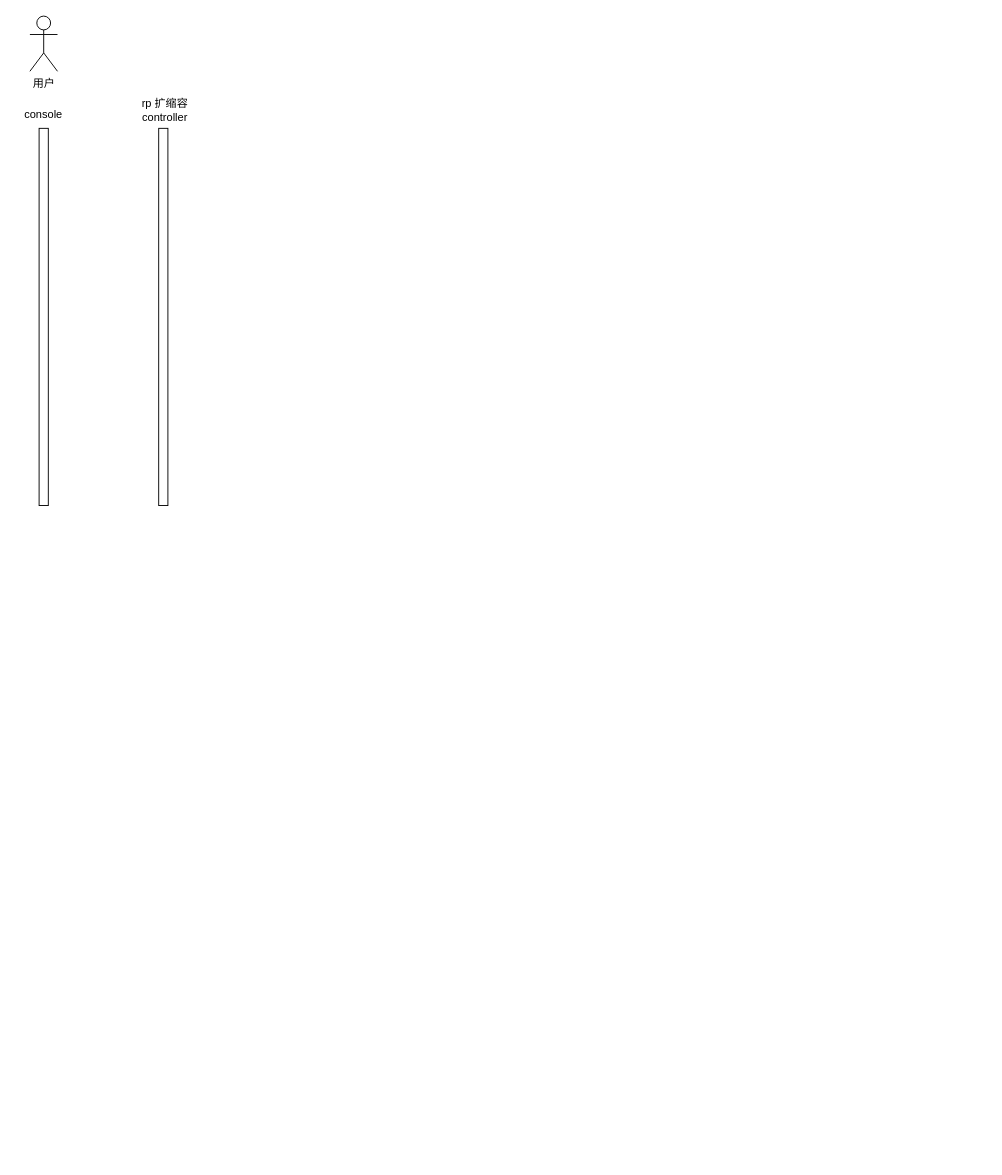
This is 定时扩缩容流程图.drawio from wangshujuan/PostImage, a draw.io file, before an edit. Source tidied: cells renumbered, new cells numbered last; positions are measured from the earlier drawing's top-left corner, leaving out a move shared by most shapes. Both pictures are drawn from the tidied source at 92%, with x=0, y=0 at pixel (16, 16).
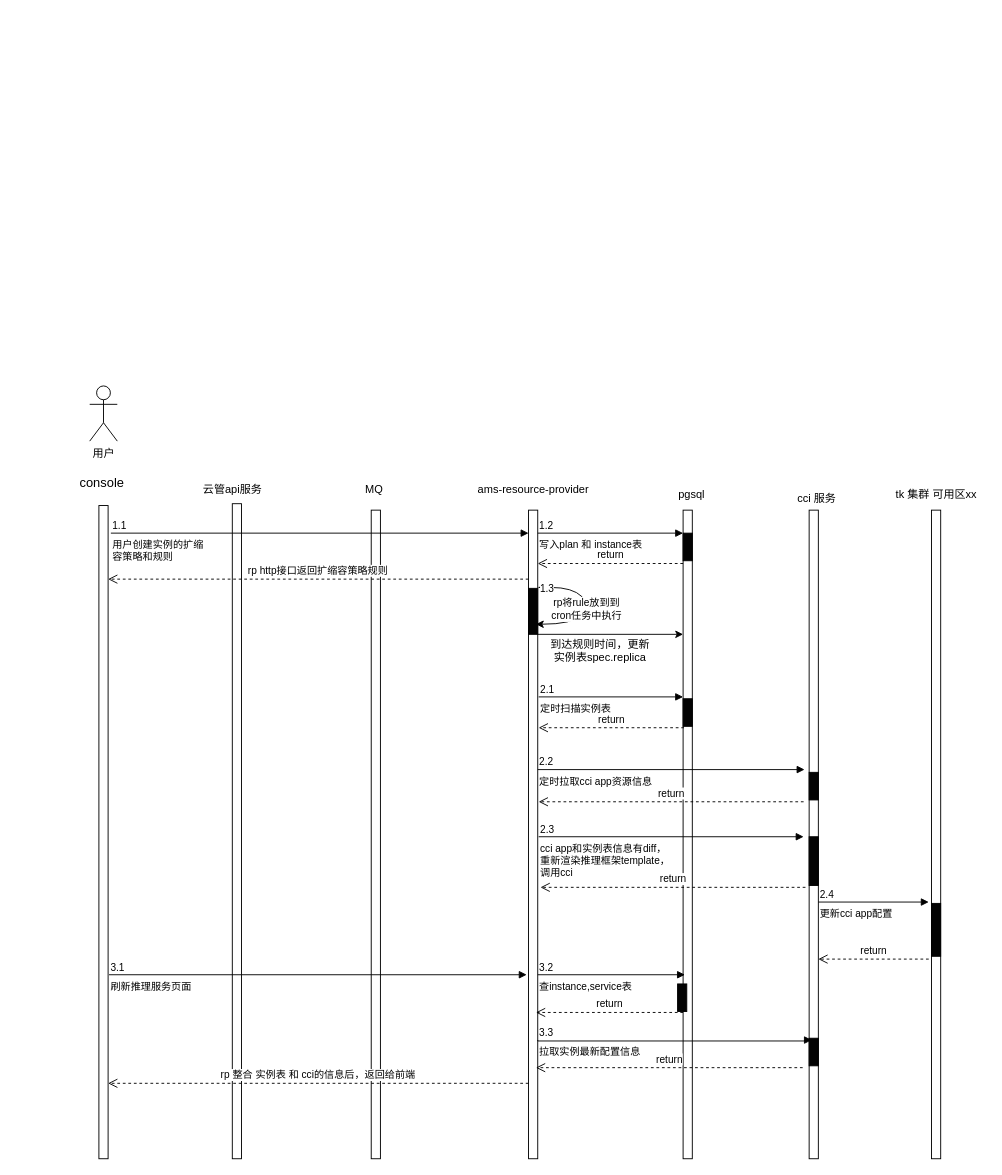
Above is the later version.

Commit message (it also covers changes not shown here):
更新定时扩缩容流程图.drawio

What changed in the source:
```diff
@@
-    <mxCell id="2" style="rounded=0;whiteSpace=wrap;html=1;" parent="1" vertex="1">
-      <mxGeometry x="25" y="122" width="10" height="410" as="geometry" />
-    </mxCell>
     <mxCell id="3" value="用户" style="shape=umlActor;verticalLabelPosition=bottom;verticalAlign=top;html=1;" parent="1" vertex="1">
-      <mxGeometry x="15" width="30" height="60" as="geometry" />
+      <mxGeometry x="80" y="402" width="30" height="60" as="geometry" />
     </mxCell>
+    <mxCell id="7" style="html=1;perimeter=orthogonalPerimeter;targetShapes=umlLifeline;newEdgeStyle={&quot;curved&quot;:0,&quot;rounded&quot;:0};" parent="1" vertex="1">
+      <mxGeometry x="90" y="532" width="10" height="710" as="geometry" />
+    </mxCell>
-    <mxCell id="4" value="console" style="text;html=1;strokeColor=none;fillColor=none;align=center;verticalAlign=middle;whiteSpace=wrap;rounded=0;" parent="1" vertex="1">
-      <mxGeometry y="92" width="60" height="30" as="geometry" />
+    <mxCell id="4" value="&lt;font style=&quot;font-size: 14px;&quot;&gt;console&amp;nbsp;&lt;/font&gt;" style="text;html=1;align=center;verticalAlign=middle;strokeColor=none;fillColor=none;" parent="1" vertex="1">
+      <mxGeometry x="55" y="492" width="80" height="30" as="geometry" />
     </mxCell>
-    <mxCell id="5" style="rounded=0;whiteSpace=wrap;html=1;" parent="1" vertex="1">
-      <mxGeometry x="155" y="122" width="10" height="410" as="geometry" />
-    </mxCell>
-    <mxCell id="6" value="rp 扩缩容controller" style="text;html=1;strokeColor=none;fillColor=none;align=center;verticalAlign=middle;whiteSpace=wrap;rounded=0;" parent="1" vertex="1">
-      <mxGeometry x="132" y="87" width="60" height="30" as="geometry" />
-    </mxCell>
+    <mxCell id="8" style="html=1;perimeter=orthogonalPerimeter;targetShapes=umlLifeline;newEdgeStyle={&quot;curved&quot;:0,&quot;rounded&quot;:0};" parent="1" vertex="1">
+      <mxGeometry x="386" y="537" width="10" height="705" as="geometry" />
+    </mxCell>
+    <mxCell id="9" value="MQ" style="text;html=1;align=center;verticalAlign=middle;strokeColor=none;fillColor=none;" parent="1" vertex="1">
+      <mxGeometry x="369" y="500" width="40" height="30" as="geometry" />
+    </mxCell>
+    <mxCell id="10" style="html=1;perimeter=orthogonalPerimeter;targetShapes=umlLifeline;newEdgeStyle={&quot;curved&quot;:0,&quot;rounded&quot;:0};" parent="1" vertex="1">
+      <mxGeometry x="557" y="537" width="10" height="705" as="geometry" />
+    </mxCell>
+    <mxCell id="11" value="ams-resource-provider" style="text;html=1;align=center;verticalAlign=middle;strokeColor=none;fillColor=none;" parent="1" vertex="1">
+      <mxGeometry x="492" y="500" width="140" height="30" as="geometry" />
+    </mxCell>
+    <mxCell id="12" style="html=1;points=[[0,0,0,0,5],[0,1,0,0,-5],[1,0,0,0,5],[1,1,0,0,-5]];perimeter=orthogonalPerimeter;outlineConnect=0;targetShapes=umlLifeline;portConstraint=eastwest;newEdgeStyle={&quot;curved&quot;:0,&quot;rounded&quot;:0};" parent="1" vertex="1">
+      <mxGeometry x="725" y="537" width="10" height="705" as="geometry" />
+    </mxCell>
+    <mxCell id="13" value="pgsql" style="text;html=1;align=center;verticalAlign=middle;strokeColor=none;fillColor=none;" parent="1" vertex="1">
+      <mxGeometry x="709" y="505" width="50" height="30" as="geometry" />
+    </mxCell>
+    <mxCell id="14" value="查instance,service表" style="endArrow=block;endFill=1;html=1;edgeStyle=orthogonalEdgeStyle;align=left;verticalAlign=top;rounded=0;" parent="1" edge="1">
+      <mxGeometry x="-1" relative="1" as="geometry">
+        <mxPoint x="567" y="1042" as="sourcePoint" />
+        <mxPoint x="727" y="1042" as="targetPoint" />
+      </mxGeometry>
+    </mxCell>
+    <mxCell id="15" value="3.2" style="edgeLabel;html=1;align=left;verticalAlign=bottom;" parent="14" vertex="1">
+      <mxGeometry x="-1" relative="1" as="geometry" />
+    </mxCell>
+    <mxCell id="16" style="html=1;perimeter=orthogonalPerimeter;targetShapes=umlLifeline;newEdgeStyle={&quot;curved&quot;:0,&quot;rounded&quot;:0};" parent="1" vertex="1">
+      <mxGeometry x="235" y="530" width="10" height="712" as="geometry" />
+    </mxCell>
+    <mxCell id="17" value="云管api服务" style="text;html=1;align=center;verticalAlign=middle;strokeColor=none;fillColor=none;" parent="1" vertex="1">
+      <mxGeometry x="190" y="500" width="90" height="30" as="geometry" />
+    </mxCell>
+    <mxCell id="18" style="html=1;perimeter=orthogonalPerimeter;targetShapes=umlLifeline;newEdgeStyle={&quot;curved&quot;:0,&quot;rounded&quot;:0};" parent="1" vertex="1">
+      <mxGeometry x="862" y="537" width="10" height="705" as="geometry" />
+    </mxCell>
+    <mxCell id="19" value="cci 服务" style="text;html=1;align=center;verticalAlign=middle;strokeColor=none;fillColor=none;" parent="1" vertex="1">
+      <mxGeometry x="835" y="510" width="70" height="30" as="geometry" />
+    </mxCell>
+    <mxCell id="20" style="html=1;perimeter=orthogonalPerimeter;targetShapes=umlLifeline;newEdgeStyle={&quot;curved&quot;:0,&quot;rounded&quot;:0};" parent="1" vertex="1">
+      <mxGeometry x="995" y="537" width="10" height="705" as="geometry" />
+    </mxCell>
+    <mxCell id="21" value="tk 集群 可用区xx" style="text;html=1;align=center;verticalAlign=middle;strokeColor=none;fillColor=none;" parent="1" vertex="1">
+      <mxGeometry x="945" y="505" width="110" height="30" as="geometry" />
+    </mxCell>
+    <mxCell id="22" value="定时扫描实例表" style="endArrow=block;endFill=1;html=1;edgeStyle=orthogonalEdgeStyle;align=left;verticalAlign=top;rounded=0;" parent="1" edge="1">
+      <mxGeometry x="-1" relative="1" as="geometry">
+        <mxPoint x="568" y="740" as="sourcePoint" />
+        <mxPoint x="725" y="740" as="targetPoint" />
+      </mxGeometry>
+    </mxCell>
+    <mxCell id="23" value="2.1" style="edgeLabel;html=1;align=left;verticalAlign=bottom;" parent="22" vertex="1">
+      <mxGeometry x="-1" relative="1" as="geometry" />
+    </mxCell>
+    <mxCell id="24" value="定时拉取cci app资源信息" style="endArrow=block;endFill=1;html=1;edgeStyle=orthogonalEdgeStyle;align=left;verticalAlign=top;rounded=0;" parent="1" edge="1">
+      <mxGeometry x="-1" relative="1" as="geometry">
+        <mxPoint x="567" y="819" as="sourcePoint" />
+        <mxPoint x="857" y="819" as="targetPoint" />
+      </mxGeometry>
+    </mxCell>
+    <mxCell id="25" value="2.2" style="edgeLabel;html=1;align=left;verticalAlign=bottom;" parent="24" vertex="1">
+      <mxGeometry x="-1" relative="1" as="geometry" />
+    </mxCell>
+    <mxCell id="26" value="cci app和实例表信息有diff，&lt;br&gt;重新渲染推理框架template，&lt;br&gt;调用cci" style="endArrow=block;endFill=1;html=1;edgeStyle=orthogonalEdgeStyle;align=left;verticalAlign=top;rounded=0;" parent="1" edge="1">
+      <mxGeometry x="-1" relative="1" as="geometry">
+        <mxPoint x="568" y="892" as="sourcePoint" />
+        <mxPoint x="856" y="892" as="targetPoint" />
+      </mxGeometry>
+    </mxCell>
+    <mxCell id="27" value="刷新推理服务页面" style="endArrow=block;endFill=1;html=1;edgeStyle=orthogonalEdgeStyle;align=left;verticalAlign=top;rounded=0;" parent="1" edge="1">
+      <mxGeometry x="-1" relative="1" as="geometry">
+        <mxPoint x="101" y="1042" as="sourcePoint" />
+        <mxPoint x="555" y="1042" as="targetPoint" />
+      </mxGeometry>
+    </mxCell>
+    <mxCell id="28" value="3.1" style="edgeLabel;html=1;align=left;verticalAlign=bottom;" parent="27" vertex="1">
+      <mxGeometry x="-1" relative="1" as="geometry" />
+    </mxCell>
+    <mxCell id="29" value="rp 整合 实例表 和 cci的信息后，返回给前端" style="html=1;verticalAlign=bottom;endArrow=open;dashed=1;endSize=8;curved=0;rounded=0;" parent="1" edge="1">
+      <mxGeometry relative="1" as="geometry">
+        <mxPoint x="557" y="1160" as="sourcePoint" />
+        <mxPoint x="100" y="1160" as="targetPoint" />
+      </mxGeometry>
+    </mxCell>
+    <mxCell id="30" value="return" style="html=1;verticalAlign=bottom;endArrow=open;dashed=1;endSize=8;curved=0;rounded=0;" parent="1" edge="1">
+      <mxGeometry relative="1" as="geometry">
+        <mxPoint x="856" y="854" as="sourcePoint" />
+        <mxPoint x="568" y="854" as="targetPoint" />
+      </mxGeometry>
+    </mxCell>
+    <mxCell id="31" value="return" style="html=1;verticalAlign=bottom;endArrow=open;dashed=1;endSize=8;curved=0;rounded=0;" parent="1" edge="1">
+      <mxGeometry relative="1" as="geometry">
+        <mxPoint x="726" y="773.5" as="sourcePoint" />
+        <mxPoint x="568" y="773.5" as="targetPoint" />
+      </mxGeometry>
+    </mxCell>
+    <mxCell id="32" value="return" style="html=1;verticalAlign=bottom;endArrow=open;dashed=1;endSize=8;curved=0;rounded=0;" parent="1" edge="1">
+      <mxGeometry relative="1" as="geometry">
+        <mxPoint x="725" y="1083" as="sourcePoint" />
+        <mxPoint x="565" y="1083" as="targetPoint" />
+      </mxGeometry>
+    </mxCell>
+    <mxCell id="33" value="拉取实例最新配置信息" style="endArrow=block;endFill=1;html=1;edgeStyle=orthogonalEdgeStyle;align=left;verticalAlign=top;rounded=0;" parent="1" edge="1">
+      <mxGeometry x="-1" relative="1" as="geometry">
+        <mxPoint x="567" y="1113" as="sourcePoint" />
+        <mxPoint x="865" y="1113" as="targetPoint" />
+        <Array as="points">
+          <mxPoint x="567" y="1114" />
+          <mxPoint x="857" y="1114" />
+          <mxPoint x="857" y="1113" />
+        </Array>
+      </mxGeometry>
+    </mxCell>
+    <mxCell id="34" value="3.3" style="edgeLabel;html=1;align=left;verticalAlign=bottom;" parent="33" vertex="1">
+      <mxGeometry x="-1" relative="1" as="geometry" />
+    </mxCell>
+    <mxCell id="35" value="return" style="html=1;verticalAlign=bottom;endArrow=open;dashed=1;endSize=8;curved=0;rounded=0;" parent="1" edge="1">
+      <mxGeometry relative="1" as="geometry">
+        <mxPoint x="855" y="1143" as="sourcePoint" />
+        <mxPoint x="565" y="1143" as="targetPoint" />
+      </mxGeometry>
+    </mxCell>
+    <mxCell id="36" value="用户创建实例的扩缩&lt;br&gt;容策略和规则" style="endArrow=block;endFill=1;html=1;edgeStyle=orthogonalEdgeStyle;align=left;verticalAlign=top;rounded=0;" parent="1" edge="1">
+      <mxGeometry x="-1" relative="1" as="geometry">
+        <mxPoint x="103" y="562" as="sourcePoint" />
+        <mxPoint x="557" y="562" as="targetPoint" />
+      </mxGeometry>
+    </mxCell>
+    <mxCell id="37" value="1.1" style="edgeLabel;html=1;align=left;verticalAlign=bottom;" parent="36" vertex="1">
+      <mxGeometry x="-1" relative="1" as="geometry" />
+    </mxCell>
+    <mxCell id="38" value="写入plan 和 instance表" style="endArrow=block;endFill=1;html=1;edgeStyle=orthogonalEdgeStyle;align=left;verticalAlign=top;rounded=0;" parent="1" edge="1">
+      <mxGeometry x="-1" relative="1" as="geometry">
+        <mxPoint x="567" y="562" as="sourcePoint" />
+        <mxPoint x="725" y="562" as="targetPoint" />
+      </mxGeometry>
+    </mxCell>
+    <mxCell id="39" value="1.2" style="edgeLabel;html=1;align=left;verticalAlign=bottom;" parent="38" vertex="1">
+      <mxGeometry x="-1" relative="1" as="geometry" />
+    </mxCell>
+    <mxCell id="40" value="rp http接口返回扩缩容策略规则" style="html=1;verticalAlign=bottom;endArrow=open;dashed=1;endSize=8;curved=0;rounded=0;" parent="1" edge="1">
+      <mxGeometry relative="1" as="geometry">
+        <mxPoint x="557" y="612" as="sourcePoint" />
+        <mxPoint x="100" y="612" as="targetPoint" />
+      </mxGeometry>
+    </mxCell>
+    <mxCell id="41" value="return" style="html=1;verticalAlign=bottom;endArrow=open;dashed=1;endSize=8;curved=0;rounded=0;" parent="1" edge="1">
+      <mxGeometry relative="1" as="geometry">
+        <mxPoint x="725" y="595" as="sourcePoint" />
+        <mxPoint x="567" y="595" as="targetPoint" />
+      </mxGeometry>
+    </mxCell>
+    <mxCell id="42" style="curved=1;endArrow=classic;html=1;rounded=0;" parent="1" edge="1">
+      <mxGeometry relative="1" as="geometry">
+        <mxPoint x="577" y="621" as="sourcePoint" />
+        <mxPoint x="565" y="661" as="targetPoint" />
+        <Array as="points">
+          <mxPoint x="557" y="621" />
+          <mxPoint x="605" y="621" />
+          <mxPoint x="625" y="641" />
+          <mxPoint x="605" y="661" />
+        </Array>
+      </mxGeometry>
+    </mxCell>
+    <mxCell id="43" value="rp将rule放到到&lt;br&gt;cron任务中执行" style="edgeLabel;html=1;align=center;verticalAlign=middle;" parent="42" vertex="1">
+      <mxGeometry x="0.24" y="-2" relative="1" as="geometry">
+        <mxPoint y="1" as="offset" />
+      </mxGeometry>
+    </mxCell>
+    <mxCell id="44" value="1.3" style="edgeLabel;html=1;align=center;verticalAlign=middle;" parent="42" vertex="1">
+      <mxGeometry x="-0.99" relative="1" as="geometry" />
+    </mxCell>
+    <mxCell id="45" value="到达规则时间，更新实例表spec.replica" style="text;html=1;strokeColor=none;fillColor=none;align=center;verticalAlign=middle;whiteSpace=wrap;rounded=0;" parent="1" vertex="1">
+      <mxGeometry x="575" y="675" width="120" height="30" as="geometry" />
+    </mxCell>
+    <mxCell id="46" style="endArrow=classic;html=1;rounded=0;" parent="1" edge="1" target="12">
+      <mxGeometry relative="1" as="geometry">
+        <mxPoint x="567" y="672" as="sourcePoint" />
+      </mxGeometry>
+    </mxCell>
+    <mxCell id="47" value="return" style="html=1;verticalAlign=bottom;endArrow=open;dashed=1;endSize=8;curved=0;rounded=0;" parent="1" edge="1">
+      <mxGeometry relative="1" as="geometry">
+        <mxPoint x="858" y="947" as="sourcePoint" />
+        <mxPoint x="570" y="947" as="targetPoint" />
+      </mxGeometry>
+    </mxCell>
+    <mxCell id="48" value="更新cci app配置" style="endArrow=block;endFill=1;html=1;edgeStyle=orthogonalEdgeStyle;align=left;verticalAlign=top;rounded=0;" parent="1" edge="1">
+      <mxGeometry x="-1" relative="1" as="geometry">
+        <mxPoint x="872" y="963" as="sourcePoint" />
+        <mxPoint x="992" y="963" as="targetPoint" />
+      </mxGeometry>
+    </mxCell>
+    <mxCell id="49" value="2.4" style="edgeLabel;html=1;align=left;verticalAlign=bottom;" parent="48" vertex="1">
+      <mxGeometry x="-1" relative="1" as="geometry" />
+    </mxCell>
+    <mxCell id="50" value="return" style="html=1;verticalAlign=bottom;endArrow=open;dashed=1;endSize=8;curved=0;rounded=0;" parent="1" edge="1">
+      <mxGeometry relative="1" as="geometry">
+        <mxPoint x="992" y="1025" as="sourcePoint" />
+        <mxPoint x="872" y="1025" as="targetPoint" />
+      </mxGeometry>
+    </mxCell>
+    <mxCell id="51" value="2.3" style="edgeLabel;html=1;align=left;verticalAlign=bottom;" parent="1" vertex="1">
+      <mxGeometry x="568" y="892" as="geometry" />
+    </mxCell>
+    <mxCell id="52" style="rounded=0;whiteSpace=wrap;html=1;rotation=90;fillColor=#030303;" parent="1" vertex="1">
+      <mxGeometry x="971.2" y="988.2" width="57.5" height="10" as="geometry" />
+    </mxCell>
+    <mxCell id="53" style="rounded=0;whiteSpace=wrap;html=1;rotation=90;fillColor=#030303;" parent="1" vertex="1">
+      <mxGeometry x="715" y="572" width="30" height="10" as="geometry" />
+    </mxCell>
+    <mxCell id="54" style="rounded=0;whiteSpace=wrap;html=1;rotation=90;fillColor=#030303;" parent="1" vertex="1">
+      <mxGeometry x="715" y="752" width="30" height="10" as="geometry" />
+    </mxCell>
+    <mxCell id="55" style="rounded=0;whiteSpace=wrap;html=1;rotation=90;fillColor=#030303;" parent="1" vertex="1">
+      <mxGeometry x="537" y="642" width="50" height="10" as="geometry" />
+    </mxCell>
+    <mxCell id="56" style="rounded=0;whiteSpace=wrap;html=1;rotation=90;fillColor=#030303;" parent="1" vertex="1">
+      <mxGeometry x="852" y="832" width="30" height="10" as="geometry" />
+    </mxCell>
+    <mxCell id="57" style="rounded=0;whiteSpace=wrap;html=1;rotation=90;fillColor=#030303;" parent="1" vertex="1">
+      <mxGeometry x="840.5" y="913.5" width="53" height="10" as="geometry" />
+    </mxCell>
+    <mxCell id="58" style="rounded=0;whiteSpace=wrap;html=1;rotation=90;fillColor=#030303;" parent="1" vertex="1">
+      <mxGeometry x="852" y="1121" width="30" height="10" as="geometry" />
+    </mxCell>
+    <mxCell id="59" style="rounded=0;whiteSpace=wrap;html=1;rotation=90;fillColor=#030303;" parent="1" vertex="1">
+      <mxGeometry x="709" y="1062" width="30" height="10" as="geometry" />
+    </mxCell>
```
